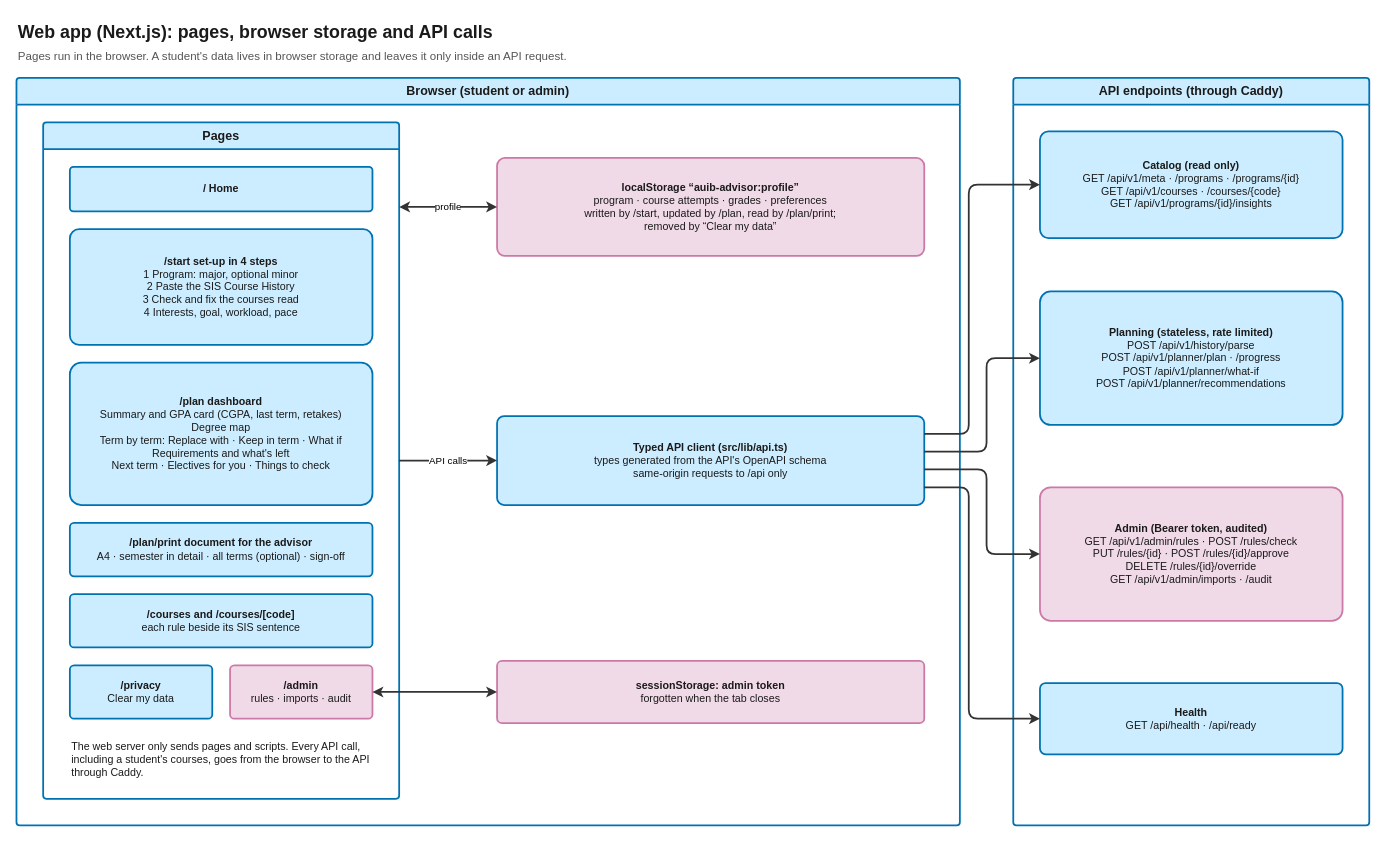
The draw.io diagram docs/diagrams/02-web-app.drawio in zaniixx/AUIB-Academic-Advisor, before the edit. Source tidied: cells renumbered, new cells numbered last; positions are measured from the earlier drawing's top-left corner, leaving out a move shared by most shapes. Both pictures are drawn from the tidied source at 89%, with x=0, y=0 at pixel (16, 15).
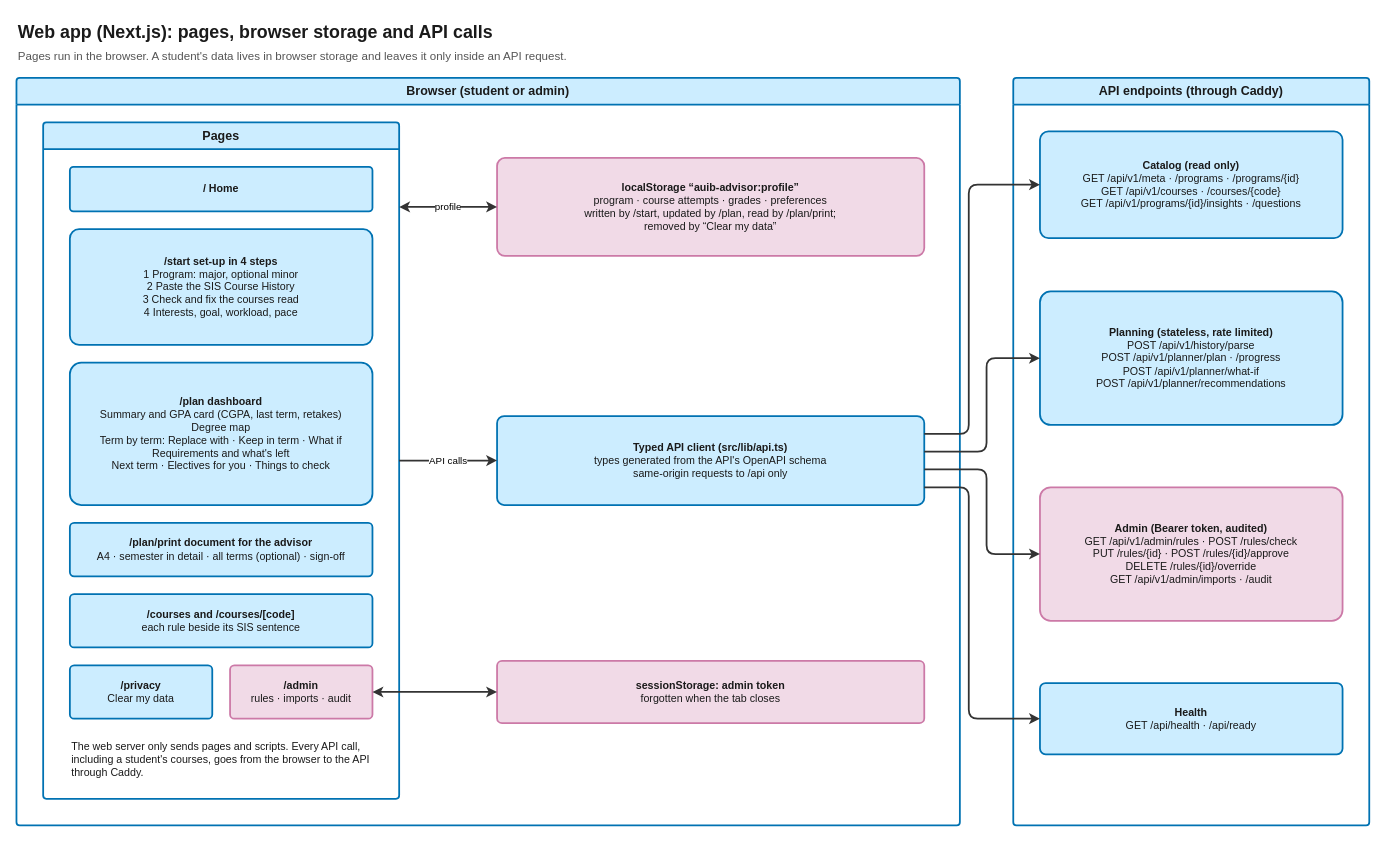
After the change.

The change refers to these unchanged cells:
```xml
<mxCell id="16" value="API endpoints (through Caddy)" style="swimlane;startSize=30;html=1;whiteSpace=wrap;fillColor=#ccedff;strokeColor=#0072b2;swimlaneFillColor=#ffffff;fontColor=#1a1a1a;fontFamily=Helvetica;fontSize=14;fontStyle=1;strokeWidth=2;rounded=1;arcSize=4;" parent="1" vertex="1">
  <mxGeometry x="1120" y="70" width="400" height="840" as="geometry" />
</mxCell>
```

The edit, as a diff of the source:
```diff
@@
-    <mxCell id="17" value="&lt;b&gt;Catalog (read only)&lt;/b&gt;&lt;br&gt;GET /api/v1/meta · /programs · /programs/{id}&lt;br&gt;GET /api/v1/courses · /courses/{code}&lt;br&gt;GET /api/v1/programs/{id}/insights" style="rounded=1;arcSize=8;whiteSpace=wrap;html=1;fillColor=#ccedff;strokeColor=#0072b2;fontColor=#1a1a1a;fontFamily=Helvetica;fontSize=12;strokeWidth=2;verticalAlign=middle;" parent="16" vertex="1">
+    <mxCell id="17" value="&lt;b&gt;Catalog (read only)&lt;/b&gt;&lt;br&gt;GET /api/v1/meta · /programs · /programs/{id}&lt;br&gt;GET /api/v1/courses · /courses/{code}&lt;br&gt;GET /api/v1/programs/{id}/insights · /questions" style="rounded=1;arcSize=8;whiteSpace=wrap;html=1;fillColor=#ccedff;strokeColor=#0072b2;fontColor=#1a1a1a;fontFamily=Helvetica;fontSize=12;strokeWidth=2;verticalAlign=middle;" parent="16" vertex="1">
       <mxGeometry x="30" y="60" width="340" height="120" as="geometry" />
     </mxCell>
```
